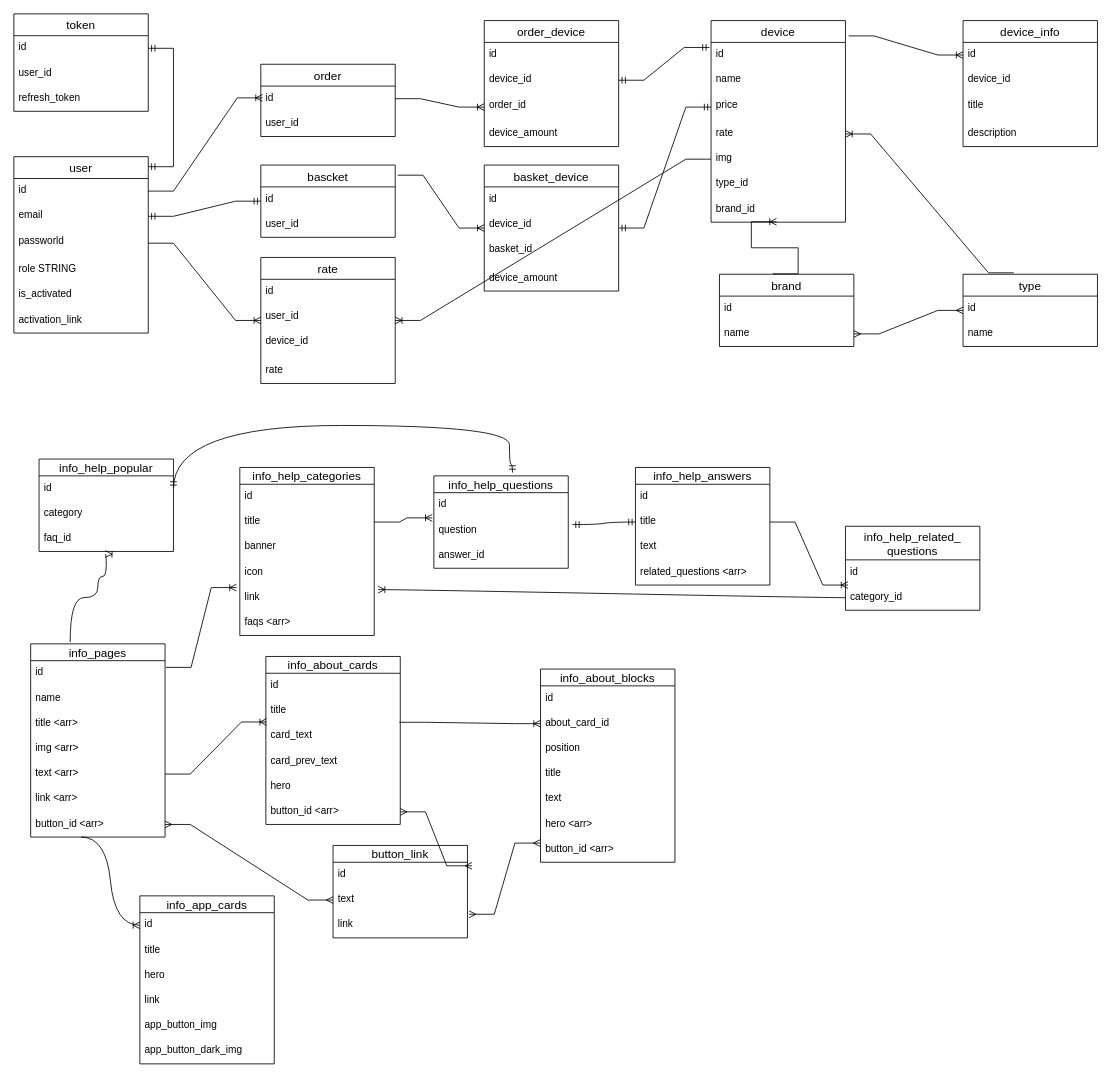
The draw.io diagram server/models/db_diagram.drawio in zaxel/react_simple_shop, before the edit. Source tidied: cells renumbered, new cells numbered last; positions are measured from the earlier drawing's top-left corner, leaving out a move shared by most shapes. Both pictures are drawn from the tidied source at 84%, with x=0, y=0 at pixel (13, 13).
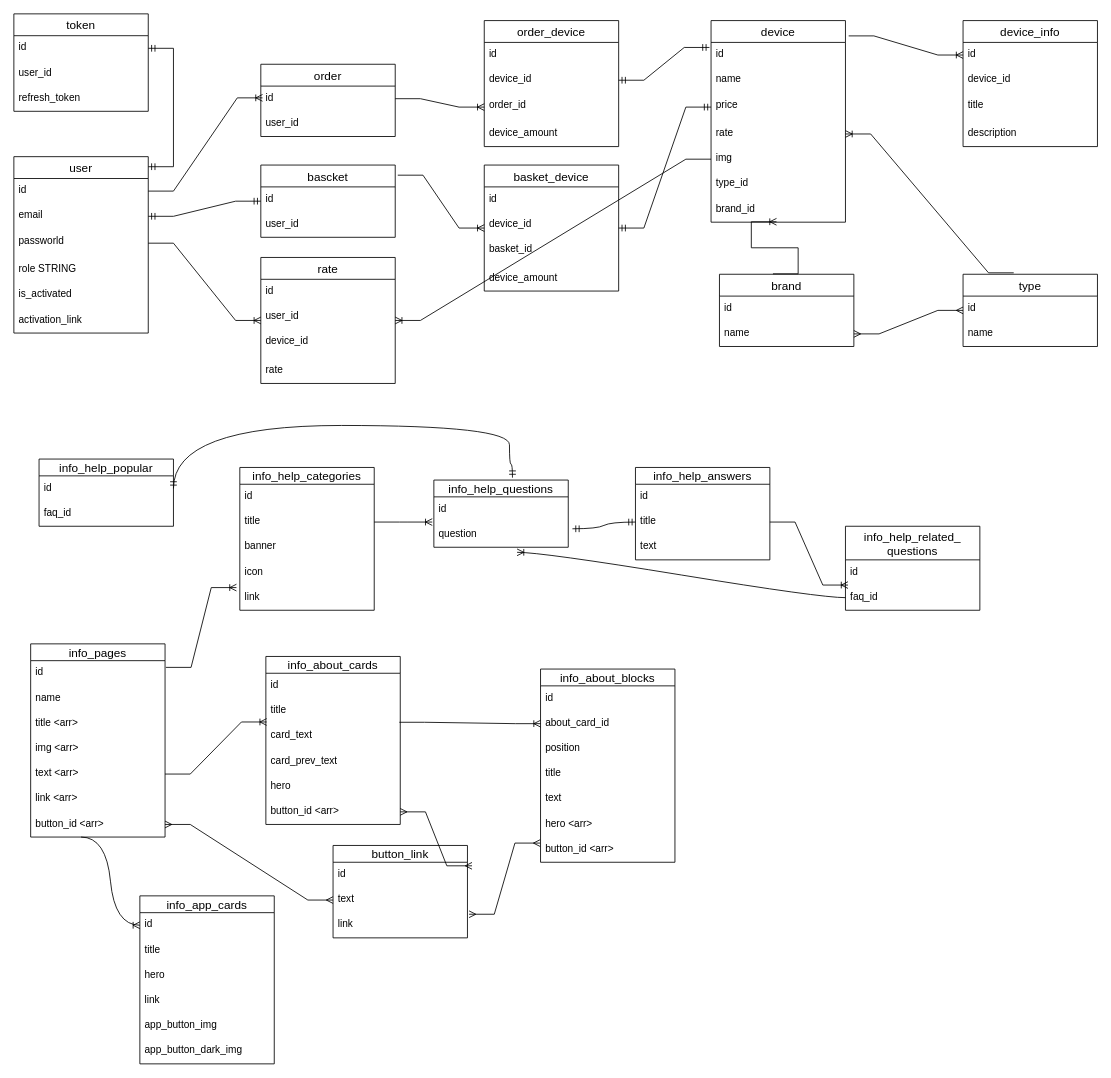
The same diagram, later.

Commit message (it also covers changes not shown here):
diagrams and relations at info pages db-es correction

Unchanged cells that the change refers to:
```xml
<mxCell id="66" value="info_pages" style="swimlane;fontStyle=0;horizontal=1;startSize=20;align=center;fontSize=14;" parent="1" vertex="1">
  <mxGeometry x="20" y="750" width="160" height="230" as="geometry" />
</mxCell>
<mxCell id="83" value="link" style="text;strokeColor=none;fillColor=none;spacingLeft=4;spacingRight=4;overflow=hidden;points=[[0,0.5],[1,0.5]];portConstraint=eastwest;fontSize=12;" parent="78" vertex="1">
  <mxGeometry y="140" width="160" height="30" as="geometry" />
</mxCell>
<mxCell id="87" value="question" style="text;strokeColor=none;fillColor=none;spacingLeft=4;spacingRight=4;overflow=hidden;points=[[0,0.5],[1,0.5]];portConstraint=eastwest;fontSize=12;" parent="85" vertex="1">
  <mxGeometry y="50" width="160" height="30" as="geometry" />
</mxCell>
<mxCell id="96" value="info_help_related_&#10;questions" style="swimlane;fontStyle=0;horizontal=1;startSize=40;align=center;fontSize=14;direction=east;" parent="1" vertex="1">
  <mxGeometry x="990" y="610" width="160" height="100" as="geometry" />
</mxCell>
```

The edit, as a diff of the source:
```diff
@@
     <mxCell id="78" value="info_help_categories" style="swimlane;fontStyle=0;horizontal=1;startSize=20;align=center;fontSize=14;" parent="1" vertex="1">
-      <mxGeometry x="269" y="540" width="160" height="200" as="geometry" />
+      <mxGeometry x="269" y="540" width="160" height="170" as="geometry" />
     </mxCell>
@@
-    <mxCell id="84" value="faqs &lt;arr&gt;" style="text;strokeColor=none;fillColor=none;spacingLeft=4;spacingRight=4;overflow=hidden;fontSize=12;" parent="78" vertex="1">
-      <mxGeometry y="170" width="160" height="30" as="geometry" />
-    </mxCell>
     <mxCell id="85" value="info_help_questions" style="swimlane;fontStyle=0;horizontal=1;startSize=20;align=center;fontSize=14;" parent="1" vertex="1">
-      <mxGeometry x="500" y="550" width="160" height="110" as="geometry" />
+      <mxGeometry x="500" y="555" width="160" height="80" as="geometry" />
     </mxCell>
@@
-    <mxCell id="88" value="answer_id" style="text;strokeColor=none;fillColor=none;spacingLeft=4;spacingRight=4;overflow=hidden;fontSize=12;" parent="85" vertex="1">
-      <mxGeometry y="80" width="160" height="30" as="geometry" />
-    </mxCell>
     <mxCell id="89" value="info_help_popular" style="swimlane;fontStyle=0;horizontal=1;startSize=20;align=center;fontSize=14;" parent="1" vertex="1">
-      <mxGeometry x="30" y="530" width="160" height="110" as="geometry" />
+      <mxGeometry x="30" y="530" width="160" height="80" as="geometry" />
     </mxCell>
@@
-    <mxCell id="91" value="category" style="text;strokeColor=none;fillColor=none;spacingLeft=4;spacingRight=4;overflow=hidden;fontSize=12;" parent="89" vertex="1">
-      <mxGeometry y="50" width="160" height="30" as="geometry" />
-    </mxCell>
     <mxCell id="92" value="faq_id" style="text;strokeColor=none;fillColor=none;spacingLeft=4;spacingRight=4;overflow=hidden;points=[[0,0.5],[1,0.5]];portConstraint=eastwest;fontSize=12;" parent="89" vertex="1">
-      <mxGeometry y="80" width="160" height="30" as="geometry" />
+      <mxGeometry y="50" width="160" height="30" as="geometry" />
     </mxCell>
@@
-    <mxCell id="95" style="edgeStyle=orthogonalEdgeStyle;fontSize=12;html=1;endArrow=ERoneToMany;rounded=0;curved=1;exitX=0.294;exitY=-0.009;exitDx=0;exitDy=0;exitPerimeter=0;entryX=0.493;entryY=1.102;entryDx=0;entryDy=0;entryPerimeter=0;" parent="1" edge="1" source="66" target="92">
-      <mxGeometry relative="1" as="geometry">
-        <Array as="points">
-          <mxPoint x="67" y="695" />
-          <mxPoint x="100" y="695" />
-          <mxPoint x="100" y="670" />
-          <mxPoint x="110" y="670" />
-          <mxPoint x="110" y="643" />
-        </Array>
-      </mxGeometry>
-    </mxCell>
@@
-    <mxCell id="98" value="category_id" style="text;strokeColor=none;fillColor=none;spacingLeft=4;spacingRight=4;overflow=hidden;points=[[0,0.5],[1,0.5]];portConstraint=eastwest;fontSize=12;" parent="96" vertex="1">
+    <mxCell id="98" value="faq_id" style="text;strokeColor=none;fillColor=none;spacingLeft=4;spacingRight=4;overflow=hidden;points=[[0,0.5],[1,0.5]];portConstraint=eastwest;fontSize=12;" parent="96" vertex="1">
       <mxGeometry y="70" width="160" height="30" as="geometry" />
     </mxCell>
     <mxCell id="99" value="info_help_answers" style="swimlane;fontStyle=0;horizontal=1;startSize=20;align=center;fontSize=14;" parent="1" vertex="1">
-      <mxGeometry x="740" y="540" width="160" height="140" as="geometry" />
+      <mxGeometry x="740" y="540" width="160" height="110" as="geometry" />
     </mxCell>
@@
-    <mxCell id="103" value="related_questions &lt;arr&gt;" style="text;strokeColor=none;fillColor=none;spacingLeft=4;spacingRight=4;overflow=hidden;fontSize=12;" parent="99" vertex="1">
-      <mxGeometry y="110" width="160" height="30" as="geometry" />
-    </mxCell>
@@
-    <mxCell id="135" style="edgeStyle=entityRelationEdgeStyle;fontSize=12;html=1;endArrow=ERoneToMany;rounded=0;curved=1;entryX=1.029;entryY=0.18;entryDx=0;entryDy=0;entryPerimeter=0;exitX=0;exitY=0.5;exitDx=0;exitDy=0;" parent="1" edge="1" source="98" target="83">
+    <mxCell id="135" style="edgeStyle=entityRelationEdgeStyle;fontSize=12;html=1;endArrow=ERoneToMany;rounded=0;curved=1;entryX=0.619;entryY=1.2;entryDx=0;entryDy=0;entryPerimeter=0;exitX=0;exitY=0.5;exitDx=0;exitDy=0;" parent="1" edge="1" source="98" target="87">
       <mxGeometry relative="1" as="geometry" />
     </mxCell>
```
